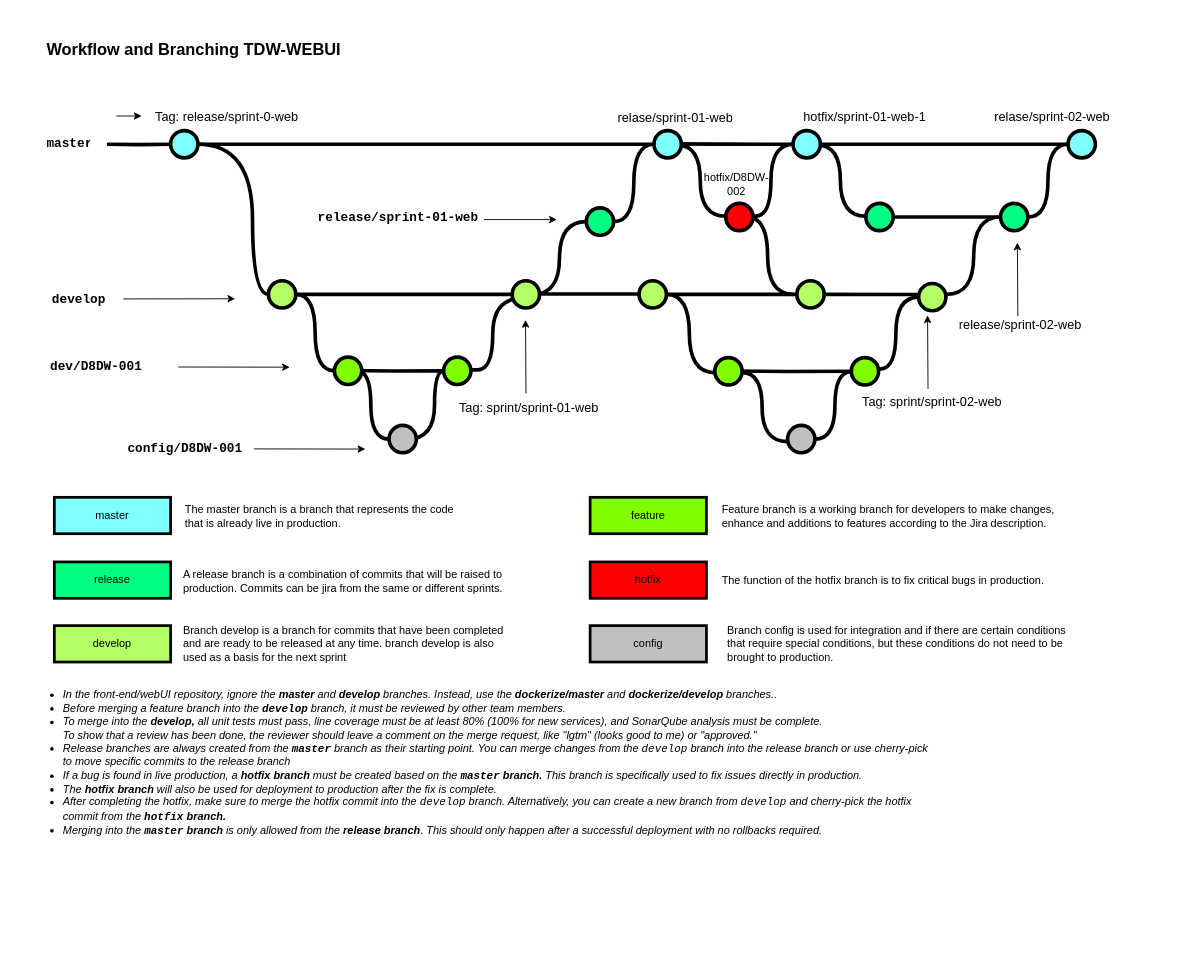
Above: diagram/WebUI Branching.drawio in afatbenz/diagram (draw.io), before the change. Source tidied: cells renumbered, new cells numbered last; positions are measured from the earlier drawing's top-left corner, leaving out a move shared by most shapes. Both pictures are drawn from the tidied source at 91%, with x=0, y=0 at pixel (15, 15).
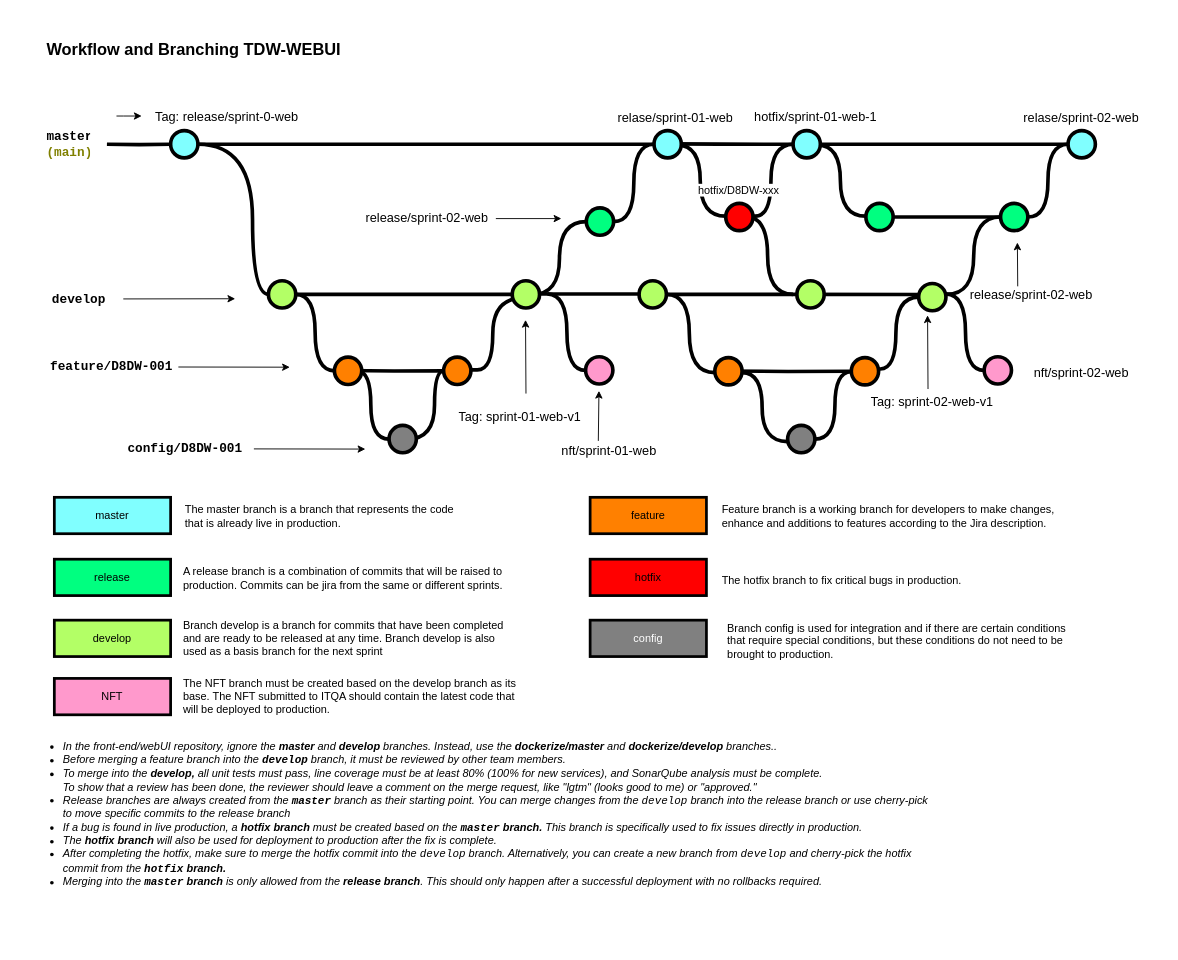
The same page after the edit.

Change to the diagram source:
```diff
@@
-    <mxCell id="6" value="master" style="text;html=1;strokeColor=none;fillColor=none;align=center;verticalAlign=middle;whiteSpace=wrap;overflow=hidden;fontSize=14;fontStyle=1;fontFamily=Courier New;" parent="1" vertex="1">
+    <mxCell id="6" value="&lt;div&gt;master&lt;/div&gt;&lt;div&gt;&lt;span style=&quot;color: light-dark(rgb(128, 128, 0), rgb(237, 237, 237));&quot;&gt;(main)&lt;/span&gt;&lt;/div&gt;" style="text;html=1;strokeColor=none;fillColor=none;align=center;verticalAlign=middle;whiteSpace=wrap;overflow=hidden;fontSize=14;fontStyle=1;fontFamily=Courier New;" parent="1" vertex="1">
       <mxGeometry x="33" y="120" width="50" height="42" as="geometry" />
     </mxCell>
@@
-    <mxCell id="8" value="release/sprint-01-web" style="text;html=1;strokeColor=none;fillColor=none;align=left;verticalAlign=middle;whiteSpace=wrap;overflow=hidden;fontSize=14;fontStyle=1;fontFamily=Courier New;" parent="1" vertex="1">
-      <mxGeometry x="330.2" y="211" width="219.8" height="20" as="geometry" />
-    </mxCell>
@@
-    <mxCell id="13" value="dev/D8DW-001" style="text;html=1;strokeColor=none;fillColor=none;align=left;verticalAlign=middle;whiteSpace=wrap;overflow=hidden;fontSize=14;fontStyle=1;fontFamily=Courier New;" parent="1" vertex="1">
+    <mxCell id="13" value="feature/D8DW-001" style="text;html=1;strokeColor=none;fillColor=none;align=left;verticalAlign=middle;whiteSpace=wrap;overflow=hidden;fontSize=14;fontStyle=1;fontFamily=Courier New;" parent="1" vertex="1">
       <mxGeometry x="35.5" y="375" width="240" height="20" as="geometry" />
     </mxCell>
@@
-    <mxCell id="16" style="endArrow=classic;html=1;strokeWidth=1;fontFamily=Courier New;fontColor=#009900;" parent="1" edge="1">
-      <mxGeometry relative="1" as="geometry">
-        <mxPoint x="514.4" y="223.8" as="sourcePoint" />
-        <mxPoint x="594.4" y="223.8" as="targetPoint" />
-      </mxGeometry>
-    </mxCell>
@@
     <mxCell id="20" value="relase/sprint-02-web" style="text;html=1;strokeColor=none;fillColor=none;align=center;verticalAlign=middle;whiteSpace=wrap;overflow=hidden;fontSize=14;" parent="1" vertex="1">
-      <mxGeometry x="1070.4" y="100" width="137.6" height="20" as="geometry" />
+      <mxGeometry x="1102.4" y="101" width="137.6" height="20" as="geometry" />
     </mxCell>
@@
-    <mxCell id="31" value="Tag: sprint/sprint-01-web" style="text;html=1;strokeColor=none;fillColor=none;align=center;verticalAlign=middle;whiteSpace=wrap;overflow=hidden;fontSize=14;" parent="1" vertex="1">
-      <mxGeometry x="469.5" y="420" width="187.8" height="20" as="geometry" />
+    <mxCell id="31" value="nft/sprint-01-web" style="text;html=1;strokeColor=none;fillColor=none;align=center;verticalAlign=middle;whiteSpace=wrap;overflow=hidden;fontSize=14;" parent="1" vertex="1">
+      <mxGeometry x="558" y="467" width="187.8" height="20" as="geometry" />
     </mxCell>
@@
-    <mxCell id="34" style="verticalLabelPosition=bottom;verticalAlign=top;html=1;strokeWidth=4;shape=mxgraph.flowchart.on-page_reference;plain-purple;gradientColor=none;strokeColor=#000000;fillColor=light-dark(#80FF00,#006000);" parent="1" vertex="1">
+    <mxCell id="34" style="verticalLabelPosition=bottom;verticalAlign=top;html=1;strokeWidth=4;shape=mxgraph.flowchart.on-page_reference;plain-purple;gradientColor=none;strokeColor=#000000;fillColor=light-dark(#ff8000, #006000);" parent="1" vertex="1">
       <mxGeometry x="470" y="375" width="30" height="30" as="geometry" />
     </mxCell>
@@
-    <mxCell id="37" style="verticalLabelPosition=bottom;verticalAlign=top;html=1;strokeWidth=4;shape=mxgraph.flowchart.on-page_reference;plain-purple;strokeColor=default;fillColor=light-dark(#c0c0c0, #005100);gradientColor=none;" parent="1" vertex="1">
+    <mxCell id="37" style="verticalLabelPosition=bottom;verticalAlign=top;html=1;strokeWidth=4;shape=mxgraph.flowchart.on-page_reference;plain-purple;strokeColor=default;fillColor=light-dark(#808080, #005100);gradientColor=none;" parent="1" vertex="1">
       <mxGeometry x="410" y="450" width="30" height="30" as="geometry" />
     </mxCell>
@@
-    <mxCell id="39" style="verticalLabelPosition=bottom;verticalAlign=top;html=1;strokeWidth=4;shape=mxgraph.flowchart.on-page_reference;plain-purple;gradientColor=none;strokeColor=#000000;fillColor=light-dark(#80FF00,#006000);" parent="1" vertex="1">
+    <mxCell id="39" style="verticalLabelPosition=bottom;verticalAlign=top;html=1;strokeWidth=4;shape=mxgraph.flowchart.on-page_reference;plain-purple;gradientColor=none;strokeColor=#000000;fillColor=light-dark(#ff8000, #006000);" parent="1" vertex="1">
       <mxGeometry x="350" y="375" width="30" height="30" as="geometry" />
     </mxCell>
@@
     <mxCell id="48" value="hotfix/sprint-01-web-1" style="text;html=1;strokeColor=none;fillColor=none;align=center;verticalAlign=middle;whiteSpace=wrap;overflow=hidden;fontSize=14;" parent="1" vertex="1">
-      <mxGeometry x="864.2" y="100" width="137.6" height="20" as="geometry" />
+      <mxGeometry x="810.4" y="100" width="137.6" height="20" as="geometry" />
     </mxCell>
@@
-    <mxCell id="51" value="Tag: sprint/sprint-02-web" style="text;html=1;strokeColor=none;fillColor=none;align=center;verticalAlign=middle;whiteSpace=wrap;overflow=hidden;fontSize=14;" parent="1" vertex="1">
+    <mxCell id="51" value="Tag: sprint-02-web-v1" style="text;html=1;strokeColor=none;fillColor=none;align=center;verticalAlign=middle;whiteSpace=wrap;overflow=hidden;fontSize=14;" parent="1" vertex="1">
       <mxGeometry x="913.1" y="412.5" width="187.8" height="20" as="geometry" />
     </mxCell>
-    <mxCell id="52" style="endArrow=classic;html=1;strokeWidth=1;fontFamily=Courier New;fontColor=#009900;exitX=0.5;exitY=0;exitDx=0;exitDy=0;" parent="1" edge="1">
+    <mxCell id="52" style="endArrow=classic;html=1;strokeWidth=1;fontFamily=Courier New;fontColor=#009900;exitX=0.42;exitY=0.058;exitDx=0;exitDy=0;exitPerimeter=0;" parent="1" edge="1" source="53">
       <mxGeometry relative="1" as="geometry">
-        <mxPoint x="1101" y="330" as="sourcePoint" />
         <mxPoint x="1100.5" y="249" as="targetPoint" />
       </mxGeometry>
     </mxCell>
     <mxCell id="53" value="release/sprint-02-web" style="text;html=1;strokeColor=none;fillColor=none;align=center;verticalAlign=middle;whiteSpace=wrap;overflow=hidden;fontSize=14;" parent="1" vertex="1">
-      <mxGeometry x="1010" y="329" width="187.8" height="20" as="geometry" />
+      <mxGeometry x="1022" y="296" width="187.8" height="20" as="geometry" />
     </mxCell>
-    <mxCell id="54" value="hotfix/D8DW-002" style="text;html=1;align=center;verticalAlign=middle;whiteSpace=wrap;rounded=0;" parent="1" vertex="1">
-      <mxGeometry x="747" y="170" width="90" height="30" as="geometry" />
-    </mxCell>
@@
-    <mxCell id="63" style="verticalLabelPosition=bottom;verticalAlign=top;html=1;strokeWidth=4;shape=mxgraph.flowchart.on-page_reference;plain-purple;gradientColor=none;strokeColor=#000000;fillColor=light-dark(#80FF00,#006000);" parent="1" vertex="1">
+    <mxCell id="63" style="verticalLabelPosition=bottom;verticalAlign=top;html=1;strokeWidth=4;shape=mxgraph.flowchart.on-page_reference;plain-purple;gradientColor=none;strokeColor=#000000;fillColor=light-dark(#ff8000, #006000);" parent="1" vertex="1">
       <mxGeometry x="918" y="375.5" width="30" height="30" as="geometry" />
     </mxCell>
-    <mxCell id="64" style="verticalLabelPosition=bottom;verticalAlign=top;html=1;strokeWidth=4;shape=mxgraph.flowchart.on-page_reference;plain-purple;strokeColor=default;fillColor=light-dark(#c0c0c0, #005100);gradientColor=none;direction=south;" parent="1" vertex="1">
+    <mxCell id="64" style="verticalLabelPosition=bottom;verticalAlign=top;html=1;strokeWidth=4;shape=mxgraph.flowchart.on-page_reference;plain-purple;strokeColor=default;fillColor=light-dark(#808080, #005100);gradientColor=none;direction=south;" parent="1" vertex="1">
       <mxGeometry x="848" y="450" width="30" height="30" as="geometry" />
     </mxCell>
@@
-    <mxCell id="66" style="verticalLabelPosition=bottom;verticalAlign=top;html=1;strokeWidth=4;shape=mxgraph.flowchart.on-page_reference;plain-purple;gradientColor=none;strokeColor=#000000;fillColor=light-dark(#80FF00,#006000);" parent="1" vertex="1">
+    <mxCell id="66" style="verticalLabelPosition=bottom;verticalAlign=top;html=1;strokeWidth=4;shape=mxgraph.flowchart.on-page_reference;plain-purple;gradientColor=none;strokeColor=#000000;fillColor=light-dark(#ff8000, #006000);" parent="1" vertex="1">
       <mxGeometry x="768" y="375.5" width="30" height="30" as="geometry" />
     </mxCell>
@@
     <mxCell id="72" value="develop" style="rounded=0;whiteSpace=wrap;html=1;fillColor=#B3FF66;strokeWidth=3;" parent="1" vertex="1">
-      <mxGeometry x="42.2" y="670" width="127.8" height="40" as="geometry" />
+      <mxGeometry x="42.2" y="664" width="127.8" height="40" as="geometry" />
     </mxCell>
     <mxCell id="73" value="release" style="rounded=0;whiteSpace=wrap;html=1;fillColor=light-dark(#00ff80, #4b2d08);strokeWidth=3;" parent="1" vertex="1">
-      <mxGeometry x="42.2" y="600" width="127.8" height="40" as="geometry" />
+      <mxGeometry x="42.2" y="597" width="127.8" height="40" as="geometry" />
     </mxCell>
@@
-    <mxCell id="75" value="feature" style="rounded=0;whiteSpace=wrap;html=1;fillColor=light-dark(#80FF00,#006000);strokeWidth=3;" parent="1" vertex="1">
+    <mxCell id="75" value="feature" style="rounded=0;whiteSpace=wrap;html=1;fillColor=light-dark(#ff8000, #006000);strokeWidth=3;" parent="1" vertex="1">
       <mxGeometry x="631" y="529" width="127.8" height="40" as="geometry" />
     </mxCell>
     <mxCell id="76" value="hotfix" style="rounded=0;whiteSpace=wrap;html=1;strokeColor=light-dark(#000000, #295a0d);fillColor=light-dark(#ff0000, #4a890c);strokeWidth=3;" parent="1" vertex="1">
-      <mxGeometry x="631" y="600" width="127.8" height="40" as="geometry" />
+      <mxGeometry x="631" y="597" width="127.8" height="40" as="geometry" />
     </mxCell>
-    <mxCell id="77" value="config" style="rounded=0;whiteSpace=wrap;html=1;fillColor=light-dark(#c0c0c0, #005100);strokeWidth=3;" parent="1" vertex="1">
-      <mxGeometry x="631" y="670" width="127.8" height="40" as="geometry" />
+    <mxCell id="77" value="&lt;span style=&quot;color: light-dark(rgb(255, 255, 255), rgb(237, 237, 237));&quot;&gt;config&lt;/span&gt;" style="rounded=0;whiteSpace=wrap;html=1;fillColor=light-dark(#808080, #005100);strokeWidth=3;" parent="1" vertex="1">
+      <mxGeometry x="631" y="664" width="127.8" height="40" as="geometry" />
     </mxCell>
@@
     <mxCell id="79" value="&lt;div align=&quot;left&quot;&gt;A release branch is a combination of commits that will be raised to production. Commits can be jira from the same or different sprints.&lt;/div&gt;" style="text;html=1;align=left;verticalAlign=middle;whiteSpace=wrap;rounded=0;" parent="1" vertex="1">
-      <mxGeometry x="182" y="606" width="376" height="30" as="geometry" />
+      <mxGeometry x="182" y="603" width="376" height="30" as="geometry" />
     </mxCell>
-    <mxCell id="80" value="&lt;div align=&quot;left&quot;&gt;Branch develop is a branch for commits that have been completed and are ready to be released at any time. branch develop is also used as a basis for the next sprint&lt;/div&gt;" style="text;html=1;align=left;verticalAlign=middle;whiteSpace=wrap;rounded=0;" parent="1" vertex="1">
-      <mxGeometry x="182" y="675" width="368" height="30" as="geometry" />
+    <mxCell id="80" value="&lt;div align=&quot;left&quot;&gt;Branch develop is a branch for commits that have been completed and are ready to be released at any time. Branch develop is also used as a basis branch for the next sprint&lt;/div&gt;" style="text;html=1;align=left;verticalAlign=middle;whiteSpace=wrap;rounded=0;" parent="1" vertex="1">
+      <mxGeometry x="182" y="669" width="368" height="30" as="geometry" />
     </mxCell>
@@
-    <mxCell id="82" value="&lt;div align=&quot;left&quot;&gt;The function of the hotfix branch is to fix critical bugs in production.&lt;/div&gt;" style="text;html=1;align=left;verticalAlign=middle;whiteSpace=wrap;rounded=0;" parent="1" vertex="1">
+    <mxCell id="82" value="&lt;div align=&quot;left&quot;&gt;The hotfix branch to fix critical bugs in production.&lt;/div&gt;" style="text;html=1;align=left;verticalAlign=middle;whiteSpace=wrap;rounded=0;" parent="1" vertex="1">
       <mxGeometry x="774" y="606" width="420" height="30" as="geometry" />
     </mxCell>
     <mxCell id="83" value="&lt;div align=&quot;left&quot;&gt;Branch config is used for integration and if there are certain conditions that require special conditions, but these conditions do not need to be brought to production.&lt;/div&gt;" style="text;html=1;align=left;verticalAlign=middle;whiteSpace=wrap;rounded=0;" parent="1" vertex="1">
-      <mxGeometry x="780" y="675" width="390" height="30" as="geometry" />
+      <mxGeometry x="780" y="672" width="390" height="30" as="geometry" />
     </mxCell>
     <mxCell id="84" style="rounded=0;whiteSpace=wrap;html=1;strokeWidth=0;strokeColor=light-dark(#ffffff, #ededed);fillColor=none;" parent="1" vertex="1">
-      <mxGeometry x="10" y="913" width="1240" height="20" as="geometry" />
+      <mxGeometry x="10" y="1001" width="1240" height="20" as="geometry" />
     </mxCell>
     <mxCell id="85" style="rounded=0;whiteSpace=wrap;html=1;strokeWidth=0;strokeColor=light-dark(#ffffff, #ededed);fillColor=none;" parent="1" vertex="1">
-      <mxGeometry width="1240" height="20" as="geometry" />
+      <mxGeometry width="1260" height="20" as="geometry" />
     </mxCell>
     <mxCell id="86" value="&lt;div&gt;&lt;ul&gt;&lt;li&gt;&lt;font&gt;&lt;i&gt;In the front-end/webUI repository, ignore the &lt;b&gt;master &lt;/b&gt;and &lt;b&gt;develop &lt;/b&gt;branches. Instead, use the &lt;b&gt;dockerize/master&lt;/b&gt; and &lt;b&gt;dockerize/develop&lt;/b&gt; branches..&lt;/i&gt;&lt;/font&gt;&lt;/li&gt;&lt;li&gt;&lt;font&gt;&lt;i&gt;Before merging a feature branch into the &lt;code&gt;&lt;b&gt;develop&lt;/b&gt;&lt;/code&gt; branch, it must be reviewed by other team members.&lt;/i&gt;&lt;/font&gt;&lt;/li&gt;&lt;li&gt;&lt;font&gt;&lt;i&gt;To merge into the &lt;b&gt;develop,&lt;/b&gt; all unit tests must pass, line coverage must be at least 80% (100% for new services), and SonarQube analysis must be complete. &lt;br&gt;To show that a review has been done, the reviewer should leave a comment on the merge request, like &quot;lgtm&quot; (looks good to me) or &quot;approved.&quot;&lt;/i&gt;&lt;/font&gt;&lt;/li&gt;&lt;li&gt;&lt;font&gt;&lt;i&gt;Release branches are always created from the &lt;code&gt;&lt;b&gt;master&lt;/b&gt;&lt;/code&gt; branch as their starting point. You can merge changes from the &lt;code&gt;develop&lt;/code&gt; branch into the release branch or use cherry-pick to move specific commits to the release branch&lt;/i&gt;&lt;/font&gt;&lt;/li&gt;&lt;li&gt;&lt;font&gt;&lt;i&gt;If a bug is found in live production, a &lt;strong&gt;hotfix branch&lt;/strong&gt; must be created based on the &lt;b&gt;&lt;code&gt;master&lt;/code&gt; branch.&lt;/b&gt; This branch is specifically used to fix issues directly in production.&lt;/i&gt;&lt;/font&gt;&lt;/li&gt;&lt;li&gt;&lt;font&gt;&lt;i&gt;The &lt;strong&gt;hotfix branch&lt;/strong&gt; will also be used for deployment to production after the fix is complete.&lt;/i&gt;&lt;/font&gt;&lt;/li&gt;&lt;li&gt;&lt;font&gt;&lt;i&gt;After completing the hotfix, make sure to merge the hotfix commit into the &lt;code&gt;develop&lt;/code&gt; branch. Alternatively, you can create a new branch from &lt;code&gt;develop&lt;/code&gt; and cherry-pick the hotfix commit from the &lt;b&gt;&lt;code&gt;hotfix&lt;/code&gt; branch.&lt;/b&gt;&lt;/i&gt;&lt;/font&gt;&lt;/li&gt;&lt;li&gt;&lt;font&gt;&lt;i&gt;Merging into the &lt;b&gt;&lt;code&gt;master&lt;/code&gt; branch&lt;/b&gt; is only allowed from the &lt;b&gt;release branch&lt;/b&gt;. This should only happen after a successful deployment with no rollbacks required.&lt;/i&gt;&lt;/font&gt;&lt;/li&gt;&lt;/ul&gt;&lt;/div&gt;" style="text;html=1;align=left;verticalAlign=middle;whiteSpace=wrap;rounded=0;" parent="1" vertex="1">
-      <mxGeometry x="10" y="761" width="1000" height="120" as="geometry" />
+      <mxGeometry x="10" y="818" width="1000" height="120" as="geometry" />
     </mxCell>
+    <mxCell id="87" style="endArrow=classic;html=1;strokeWidth=1;fontFamily=Courier New;fontColor=#009900;" parent="1" edge="1">
+      <mxGeometry relative="1" as="geometry">
+        <mxPoint x="640" y="467" as="sourcePoint" />
+        <mxPoint x="640.7" y="412" as="targetPoint" />
+      </mxGeometry>
+    </mxCell>
+    <mxCell id="88" value="release/sprint-02-web" style="text;html=1;strokeColor=none;fillColor=none;align=center;verticalAlign=middle;whiteSpace=wrap;overflow=hidden;fontSize=14;" parent="1" vertex="1">
+      <mxGeometry x="357.6" y="211" width="187.8" height="20" as="geometry" />
+    </mxCell>
+    <mxCell id="54" value="&lt;span style=&quot;background-color: light-dark(#ffffff, var(--ge-dark-color, #121212));&quot;&gt;hotfix/D8DW-xxx&lt;/span&gt;" style="text;html=1;align=center;verticalAlign=middle;whiteSpace=wrap;rounded=0;fillColor=none;" parent="1" vertex="1">
+      <mxGeometry x="731" y="176" width="127.1" height="31" as="geometry" />
+    </mxCell>
+    <mxCell id="89" style="endArrow=classic;html=1;strokeWidth=1;fontFamily=Courier New;fontColor=#009900;" parent="1" edge="1">
+      <mxGeometry relative="1" as="geometry">
+        <mxPoint x="527.4" y="222.7" as="sourcePoint" />
+        <mxPoint x="599.4" y="222.7" as="targetPoint" />
+      </mxGeometry>
+    </mxCell>
+    <mxCell id="90" style="edgeStyle=orthogonalEdgeStyle;curved=1;rounded=0;jettySize=auto;html=1;entryX=0;entryY=0.5;entryDx=0;entryDy=0;entryPerimeter=0;endArrow=none;endFill=0;strokeWidth=4;fontFamily=Courier New;fontColor=#009900;" parent="1" edge="1" target="91">
+      <mxGeometry relative="1" as="geometry">
+        <mxPoint x="584" y="305.5" as="sourcePoint" />
+      </mxGeometry>
+    </mxCell>
+    <mxCell id="91" style="verticalLabelPosition=bottom;verticalAlign=top;html=1;strokeWidth=4;shape=mxgraph.flowchart.on-page_reference;plain-purple;gradientColor=none;strokeColor=#000000;fillColor=light-dark(#FF99CC,#006000);" parent="1" vertex="1">
+      <mxGeometry x="626" y="374.5" width="30" height="30" as="geometry" />
+    </mxCell>
+    <mxCell id="92" value="Tag: sprint-01-web-v1" style="text;html=1;strokeColor=none;fillColor=none;align=center;verticalAlign=middle;whiteSpace=wrap;overflow=hidden;fontSize=14;" parent="1" vertex="1">
+      <mxGeometry x="460" y="430" width="187.8" height="20" as="geometry" />
+    </mxCell>
+    <mxCell id="93" style="edgeStyle=orthogonalEdgeStyle;curved=1;rounded=0;jettySize=auto;html=1;entryX=0;entryY=0.5;entryDx=0;entryDy=0;entryPerimeter=0;endArrow=none;endFill=0;strokeWidth=4;fontFamily=Courier New;fontColor=#009900;" parent="1" edge="1" target="94">
+      <mxGeometry relative="1" as="geometry">
+        <mxPoint x="1022" y="305.5" as="sourcePoint" />
+      </mxGeometry>
+    </mxCell>
+    <mxCell id="94" style="verticalLabelPosition=bottom;verticalAlign=top;html=1;strokeWidth=4;shape=mxgraph.flowchart.on-page_reference;plain-purple;gradientColor=none;strokeColor=#000000;fillColor=light-dark(#FF99CC,#006000);" parent="1" vertex="1">
+      <mxGeometry x="1064" y="374.5" width="30" height="30" as="geometry" />
+    </mxCell>
+    <mxCell id="95" value="nft/sprint-02-web" style="text;html=1;strokeColor=none;fillColor=none;align=center;verticalAlign=middle;whiteSpace=wrap;overflow=hidden;fontSize=14;" parent="1" vertex="1">
+      <mxGeometry x="1110.3" y="380.5" width="121.8" height="20" as="geometry" />
+    </mxCell>
+    <mxCell id="96" value="NFT" style="rounded=0;whiteSpace=wrap;html=1;fillColor=light-dark(#FF99CC,#006000);strokeWidth=3;" parent="1" vertex="1">
+      <mxGeometry x="42.2" y="728" width="127.8" height="40" as="geometry" />
+    </mxCell>
+    <mxCell id="97" value="The NFT branch must be created based on the develop branch as its base. The NFT submitted to ITQA should contain the latest code that will be deployed to production." style="text;html=1;align=left;verticalAlign=middle;whiteSpace=wrap;rounded=0;" parent="1" vertex="1">
+      <mxGeometry x="182" y="733" width="368" height="30" as="geometry" />
+    </mxCell>
```
